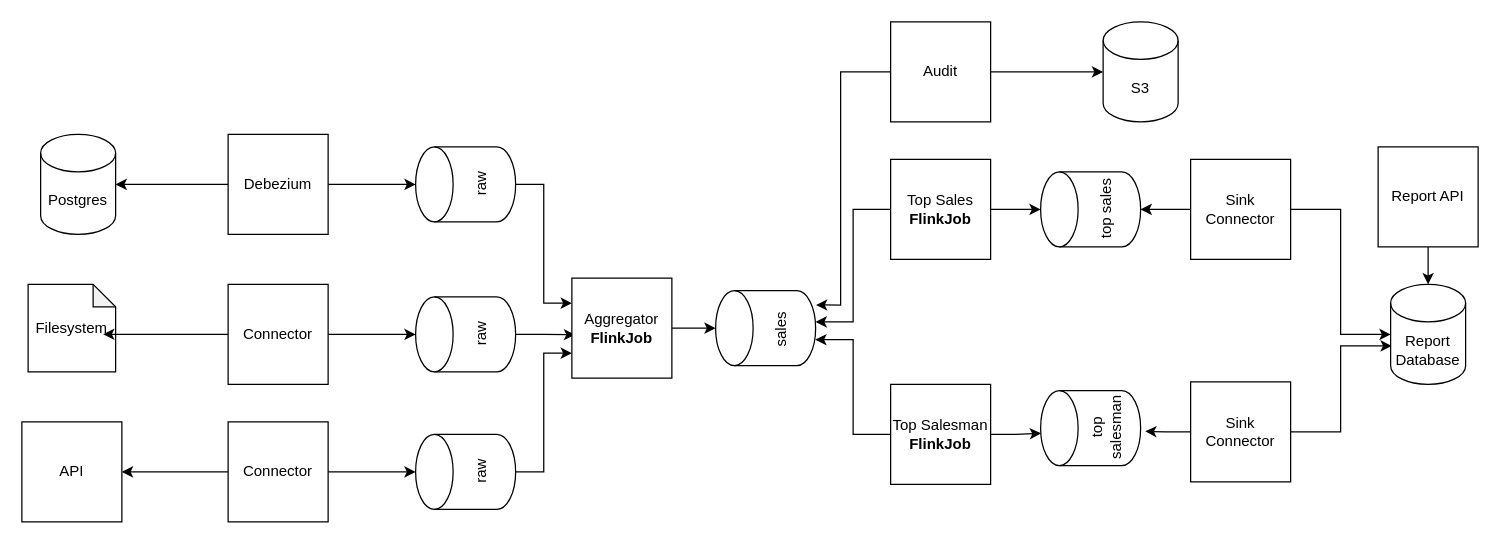
Before: 2026-03-23-data-kata/docs/Kata - Data Architecture.drawio in brunohaetinger/green-team, a draw.io diagram. Source tidied: cells renumbered, new cells numbered last; positions are measured from the earlier drawing's top-left corner, leaving out a move shared by most shapes. Both pictures are drawn from the tidied source at 125%, with x=0, y=0 at pixel (21, 21).
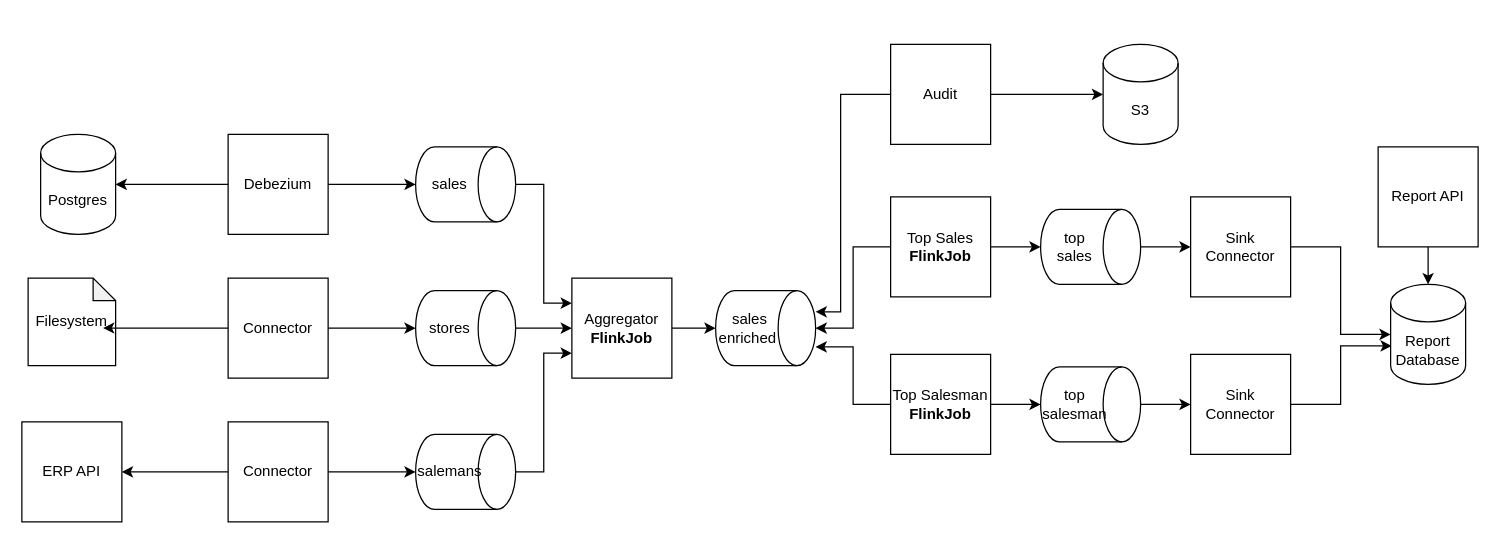
The same page after the edit.

Unchanged cells that the change refers to:
```xml
<mxCell id="5" value="Debezium" style="whiteSpace=wrap;html=1;" parent="1" vertex="1">
  <mxGeometry x="165" y="90" width="80" height="80" as="geometry" />
</mxCell>
<mxCell id="11" value="Connector" style="whiteSpace=wrap;html=1;strokeColor=default;align=center;verticalAlign=middle;fontFamily=Helvetica;fontSize=12;fontColor=default;fillColor=default;" parent="1" vertex="1">
  <mxGeometry x="165" y="320" width="80" height="80" as="geometry" />
</mxCell>
<mxCell id="23" value="Aggregator&lt;br&gt;&lt;b&gt;FlinkJob&lt;/b&gt;" style="whiteSpace=wrap;html=1;" parent="1" vertex="1">
  <mxGeometry x="440" y="205" width="80" height="80" as="geometry" />
</mxCell>
<mxCell id="39" value="Report Database" style="shape=cylinder3;whiteSpace=wrap;html=1;boundedLbl=1;backgroundOutline=1;size=15;" parent="1" vertex="1">
  <mxGeometry x="1095" y="210" width="60" height="80" as="geometry" />
</mxCell>
```

Change to the diagram source:
```diff
@@
     <mxCell id="3" value="Filesystem" style="shape=note;whiteSpace=wrap;html=1;backgroundOutline=1;darkOpacity=0.05;size=18;" parent="1" vertex="1">
-      <mxGeometry x="5" y="210" width="70" height="70" as="geometry" />
+      <mxGeometry x="5" y="205" width="70" height="70" as="geometry" />
     </mxCell>
-    <mxCell id="4" value="API" style="whiteSpace=wrap;html=1;" parent="1" vertex="1">
-      <mxGeometry y="320" width="80" height="80" as="geometry" />
-    </mxCell>
+    <mxCell id="47" value="ERP API" style="whiteSpace=wrap;html=1;" parent="1" vertex="1">
+      <mxGeometry y="320" width="80" height="80" as="geometry" />
+    </mxCell>
@@
-    <mxCell id="7" style="edgeStyle=orthogonalEdgeStyle;rounded=0;jettySize=auto;html=1;" parent="1" edge="1" source="8" target="16">
-      <mxGeometry relative="1" as="geometry" />
-    </mxCell>
     <mxCell id="8" value="Connector" style="whiteSpace=wrap;html=1;strokeColor=default;align=center;verticalAlign=middle;fontFamily=Helvetica;fontSize=12;fontColor=default;fillColor=default;" parent="1" vertex="1">
-      <mxGeometry x="165" y="210" width="80" height="80" as="geometry" />
+      <mxGeometry x="165" y="205" width="80" height="80" as="geometry" />
     </mxCell>
@@
-    <mxCell id="10" style="edgeStyle=orthogonalEdgeStyle;rounded=0;jettySize=auto;html=1;entryX=1;entryY=0.5;entryDx=0;entryDy=0;" parent="1" edge="1" source="11" target="4">
-      <mxGeometry relative="1" as="geometry" />
-    </mxCell>
+    <mxCell id="48" style="edgeStyle=orthogonalEdgeStyle;rounded=0;jettySize=auto;html=1;entryX=1;entryY=0.5;entryDx=0;entryDy=0;" parent="1" edge="1" source="11" target="47">
+      <mxGeometry relative="1" as="geometry" />
+    </mxCell>
@@
-    <mxCell id="12" style="edgeStyle=orthogonalEdgeStyle;rounded=0;jettySize=auto;html=1;entryX=0;entryY=0.25;entryDx=0;entryDy=0;" parent="1" edge="1" source="13" target="23">
-      <mxGeometry relative="1" as="geometry" />
-    </mxCell>
-    <mxCell id="13" value="raw" style="shape=cylinder3;whiteSpace=wrap;html=1;boundedLbl=1;backgroundOutline=1;size=15;rotation=-90;" parent="1" vertex="1">
-      <mxGeometry x="325" y="90" width="60" height="80" as="geometry" />
-    </mxCell>
-    <mxCell id="14" style="edgeStyle=orthogonalEdgeStyle;rounded=0;jettySize=auto;html=1;entryX=0.5;entryY=0;entryDx=0;entryDy=0;entryPerimeter=0;" parent="1" edge="1" source="5" target="13">
-      <mxGeometry relative="1" as="geometry" />
-    </mxCell>
-    <mxCell id="15" style="edgeStyle=orthogonalEdgeStyle;rounded=0;jettySize=auto;html=1;entryX=0.032;entryY=0.567;entryDx=0;entryDy=0;entryPerimeter=0;" parent="1" edge="1" source="16" target="23">
-      <mxGeometry relative="1" as="geometry" />
-    </mxCell>
-    <mxCell id="16" value="raw" style="shape=cylinder3;whiteSpace=wrap;html=1;boundedLbl=1;backgroundOutline=1;size=15;rotation=-90;" parent="1" vertex="1">
-      <mxGeometry x="325" y="210" width="60" height="80" as="geometry" />
-    </mxCell>
-    <mxCell id="17" style="edgeStyle=orthogonalEdgeStyle;rounded=0;jettySize=auto;html=1;entryX=0;entryY=0.75;entryDx=0;entryDy=0;" parent="1" edge="1" source="18" target="23">
-      <mxGeometry relative="1" as="geometry" />
-    </mxCell>
-    <mxCell id="18" value="raw" style="shape=cylinder3;whiteSpace=wrap;html=1;boundedLbl=1;backgroundOutline=1;size=15;rotation=-90;" parent="1" vertex="1">
-      <mxGeometry x="325" y="320" width="60" height="80" as="geometry" />
-    </mxCell>
-    <mxCell id="19" style="edgeStyle=orthogonalEdgeStyle;rounded=0;jettySize=auto;html=1;entryX=0.5;entryY=0;entryDx=0;entryDy=0;entryPerimeter=0;" parent="1" edge="1" source="11" target="18">
-      <mxGeometry relative="1" as="geometry" />
-    </mxCell>
-    <mxCell id="20" style="edgeStyle=orthogonalEdgeStyle;rounded=0;orthogonalLoop=1;jettySize=auto;html=1;" parent="1" edge="1">
-      <mxGeometry relative="1" as="geometry">
-        <mxPoint x="225" y="360" as="sourcePoint" />
-      </mxGeometry>
-    </mxCell>
-    <mxCell id="21" style="edgeStyle=orthogonalEdgeStyle;rounded=0;orthogonalLoop=1;jettySize=auto;html=1;entryX=0.5;entryY=0;entryDx=0;entryDy=0;entryPerimeter=0;" parent="1" edge="1">
-      <mxGeometry relative="1" as="geometry">
-        <mxPoint x="227" y="130" as="sourcePoint" />
-      </mxGeometry>
-    </mxCell>
-    <mxCell id="22" style="edgeStyle=orthogonalEdgeStyle;rounded=0;orthogonalLoop=1;jettySize=auto;html=1;entryX=0.5;entryY=0;entryDx=0;entryDy=0;entryPerimeter=0;" parent="1" edge="1">
-      <mxGeometry relative="1" as="geometry">
-        <mxPoint x="225" y="250" as="sourcePoint" />
-      </mxGeometry>
-    </mxCell>
+    <mxCell id="49" style="edgeStyle=orthogonalEdgeStyle;rounded=0;jettySize=auto;html=1;entryX=0;entryY=0.25;entryDx=0;entryDy=0;" parent="1" edge="1" source="24" target="23">
+      <mxGeometry relative="1" as="geometry" />
+    </mxCell>
+    <mxCell id="24" value="sales" style="shape=cylinder3;whiteSpace=wrap;html=1;boundedLbl=1;backgroundOutline=1;size=15;rotation=90;horizontal=0;direction=east;textDirection=ltr;" parent="1" vertex="1">
+      <mxGeometry x="325" y="90" width="60" height="80" as="geometry" />
+    </mxCell>
+    <mxCell id="50" style="edgeStyle=orthogonalEdgeStyle;rounded=0;jettySize=auto;html=1;" parent="1" edge="1" source="5" target="24">
+      <mxGeometry relative="1" as="geometry" />
+    </mxCell>
+    <mxCell id="51" style="edgeStyle=orthogonalEdgeStyle;rounded=0;jettySize=auto;html=1;entryX=0;entryY=0.5;entryDx=0;entryDy=0;" parent="1" edge="1" source="52" target="23">
+      <mxGeometry relative="1" as="geometry" />
+    </mxCell>
+    <mxCell id="52" value="stores" style="shape=cylinder3;whiteSpace=wrap;html=1;boundedLbl=1;backgroundOutline=1;size=15;rotation=90;horizontal=0;direction=east;textDirection=ltr;" parent="1" vertex="1">
+      <mxGeometry x="325" y="205" width="60" height="80" as="geometry" />
+    </mxCell>
+    <mxCell id="53" style="edgeStyle=orthogonalEdgeStyle;rounded=0;jettySize=auto;html=1;entryX=0;entryY=0.75;entryDx=0;entryDy=0;" parent="1" edge="1" source="54" target="23">
+      <mxGeometry relative="1" as="geometry" />
+    </mxCell>
+    <mxCell id="54" value="salemans" style="shape=cylinder3;whiteSpace=wrap;html=1;boundedLbl=1;backgroundOutline=1;size=15;rotation=90;horizontal=0;direction=east;textDirection=ltr;" parent="1" vertex="1">
+      <mxGeometry x="325" y="320" width="60" height="80" as="geometry" />
+    </mxCell>
+    <mxCell id="55" style="edgeStyle=orthogonalEdgeStyle;rounded=0;orthogonalLoop=1;jettySize=auto;html=1;" parent="1" edge="1">
+      <mxGeometry relative="1" as="geometry">
+        <mxPoint x="225" y="360" as="sourcePoint" />
+      </mxGeometry>
+    </mxCell>
+    <mxCell id="56" style="edgeStyle=orthogonalEdgeStyle;rounded=0;orthogonalLoop=1;jettySize=auto;html=1;entryX=0.5;entryY=0;entryDx=0;entryDy=0;entryPerimeter=0;" parent="1" edge="1">
+      <mxGeometry relative="1" as="geometry">
+        <mxPoint x="227" y="130" as="sourcePoint" />
+      </mxGeometry>
+    </mxCell>
+    <mxCell id="57" style="edgeStyle=orthogonalEdgeStyle;rounded=0;orthogonalLoop=1;jettySize=auto;html=1;entryX=0.5;entryY=0;entryDx=0;entryDy=0;entryPerimeter=0;" parent="1" edge="1">
+      <mxGeometry relative="1" as="geometry">
+        <mxPoint x="225" y="250" as="sourcePoint" />
+      </mxGeometry>
+    </mxCell>
@@
-    <mxCell id="24" value="sales&amp;nbsp;" style="shape=cylinder3;whiteSpace=wrap;html=1;boundedLbl=1;backgroundOutline=1;size=15;rotation=-90;" parent="1" vertex="1">
-      <mxGeometry x="565" y="205" width="60" height="80" as="geometry" />
-    </mxCell>
-    <mxCell id="25" style="edgeStyle=orthogonalEdgeStyle;rounded=0;jettySize=auto;html=1;entryX=0.5;entryY=0;entryDx=0;entryDy=0;entryPerimeter=0;" parent="1" edge="1" source="23" target="24">
-      <mxGeometry relative="1" as="geometry" />
-    </mxCell>
+    <mxCell id="58" value="sales enriched&amp;nbsp;" style="shape=cylinder3;whiteSpace=wrap;html=1;boundedLbl=1;backgroundOutline=1;size=15;rotation=90;horizontal=0;" parent="1" vertex="1">
+      <mxGeometry x="565" y="205" width="60" height="80" as="geometry" />
+    </mxCell>
+    <mxCell id="59" style="edgeStyle=orthogonalEdgeStyle;rounded=0;jettySize=auto;html=1;entryX=0.5;entryY=1;entryDx=0;entryDy=0;entryPerimeter=0;" parent="1" edge="1" source="23" target="58">
+      <mxGeometry relative="1" as="geometry" />
+    </mxCell>
     <mxCell id="26" value="Top Sales&lt;br&gt;&lt;b&gt;FlinkJob&lt;/b&gt;" style="whiteSpace=wrap;html=1;" parent="1" vertex="1">
-      <mxGeometry x="695" y="110" width="80" height="80" as="geometry" />
+      <mxGeometry x="695" y="140" width="80" height="80" as="geometry" />
     </mxCell>
     <mxCell id="27" value="Top Salesman&lt;br&gt;&lt;b&gt;FlinkJob&lt;/b&gt;" style="whiteSpace=wrap;html=1;" parent="1" vertex="1">
-      <mxGeometry x="695" y="290" width="80" height="80" as="geometry" />
+      <mxGeometry x="695" y="266" width="80" height="80" as="geometry" />
     </mxCell>
-    <mxCell id="28" style="edgeStyle=orthogonalEdgeStyle;rounded=0;jettySize=auto;html=1;entryX=0.346;entryY=0.997;entryDx=0;entryDy=0;entryPerimeter=0;" parent="1" edge="1" source="27" target="24">
-      <mxGeometry relative="1" as="geometry" />
-    </mxCell>
-    <mxCell id="29" style="edgeStyle=orthogonalEdgeStyle;rounded=0;jettySize=auto;html=1;entryX=0.583;entryY=1;entryDx=0;entryDy=0;entryPerimeter=0;" parent="1" edge="1" source="26" target="24">
-      <mxGeometry relative="1" as="geometry" />
-    </mxCell>
+    <mxCell id="60" style="edgeStyle=orthogonalEdgeStyle;rounded=0;jettySize=auto;html=1;entryX=0;entryY=0.5;entryDx=0;entryDy=0;" parent="1" edge="1" source="30" target="62">
+      <mxGeometry relative="1" as="geometry" />
+    </mxCell>
-    <mxCell id="30" value="top sales" style="shape=cylinder3;whiteSpace=wrap;html=1;boundedLbl=1;backgroundOutline=1;size=15;rotation=-90;" parent="1" vertex="1">
-      <mxGeometry x="825" y="110" width="60" height="80" as="geometry" />
+    <mxCell id="30" value="top sales" style="shape=cylinder3;whiteSpace=wrap;html=1;boundedLbl=1;backgroundOutline=1;size=15;rotation=90;horizontal=0;" parent="1" vertex="1">
+      <mxGeometry x="825" y="140" width="60" height="80" as="geometry" />
     </mxCell>
+    <mxCell id="61" style="edgeStyle=orthogonalEdgeStyle;rounded=0;jettySize=auto;html=1;entryX=0;entryY=0.5;entryDx=0;entryDy=0;" parent="1" edge="1" source="31" target="64">
+      <mxGeometry relative="1" as="geometry" />
+    </mxCell>
-    <mxCell id="31" value="top salesman" style="shape=cylinder3;whiteSpace=wrap;html=1;boundedLbl=1;backgroundOutline=1;size=15;rotation=-90;" parent="1" vertex="1">
-      <mxGeometry x="825" y="285" width="60" height="80" as="geometry" />
+    <mxCell id="31" value="top salesman" style="shape=cylinder3;whiteSpace=wrap;html=1;boundedLbl=1;backgroundOutline=1;size=15;rotation=90;horizontal=0;" parent="1" vertex="1">
+      <mxGeometry x="825" y="266" width="60" height="80" as="geometry" />
     </mxCell>
-    <mxCell id="32" style="edgeStyle=orthogonalEdgeStyle;rounded=0;jettySize=auto;html=1;entryX=0.5;entryY=0;entryDx=0;entryDy=0;entryPerimeter=0;" parent="1" edge="1" source="26" target="30">
-      <mxGeometry relative="1" as="geometry" />
-    </mxCell>
-    <mxCell id="33" style="edgeStyle=orthogonalEdgeStyle;rounded=0;jettySize=auto;html=1;entryX=0.43;entryY=0.004;entryDx=0;entryDy=0;entryPerimeter=0;" parent="1" edge="1" source="27" target="31">
-      <mxGeometry relative="1" as="geometry" />
-    </mxCell>
-    <mxCell id="34" value="Sink Connector" style="whiteSpace=wrap;html=1;strokeColor=default;align=center;verticalAlign=middle;fontFamily=Helvetica;fontSize=12;fontColor=default;fillColor=default;" parent="1" vertex="1">
-      <mxGeometry x="935" y="110" width="80" height="80" as="geometry" />
-    </mxCell>
-    <mxCell id="35" style="edgeStyle=orthogonalEdgeStyle;rounded=0;jettySize=auto;html=1;entryX=0.5;entryY=1;entryDx=0;entryDy=0;entryPerimeter=0;" parent="1" edge="1" source="34" target="30">
-      <mxGeometry relative="1" as="geometry" />
-    </mxCell>
-    <mxCell id="36" style="edgeStyle=orthogonalEdgeStyle;rounded=0;jettySize=auto;html=1;entryX=0.015;entryY=0.615;entryDx=0;entryDy=0;entryPerimeter=0;" parent="1" edge="1" source="37" target="39">
-      <mxGeometry relative="1" as="geometry" />
-    </mxCell>
-    <mxCell id="37" value="Sink Connector" style="whiteSpace=wrap;html=1;strokeColor=default;align=center;verticalAlign=middle;fontFamily=Helvetica;fontSize=12;fontColor=default;fillColor=default;" parent="1" vertex="1">
-      <mxGeometry x="935" y="288" width="80" height="80" as="geometry" />
-    </mxCell>
-    <mxCell id="38" style="edgeStyle=orthogonalEdgeStyle;rounded=0;jettySize=auto;html=1;entryX=0.457;entryY=1.046;entryDx=0;entryDy=0;entryPerimeter=0;" parent="1" edge="1" source="37" target="31">
-      <mxGeometry relative="1" as="geometry" />
-    </mxCell>
+    <mxCell id="62" value="Sink Connector" style="whiteSpace=wrap;html=1;strokeColor=default;align=center;verticalAlign=middle;fontFamily=Helvetica;fontSize=12;fontColor=default;fillColor=default;" parent="1" vertex="1">
+      <mxGeometry x="935" y="140" width="80" height="80" as="geometry" />
+    </mxCell>
+    <mxCell id="63" style="edgeStyle=orthogonalEdgeStyle;rounded=0;jettySize=auto;html=1;entryX=0.015;entryY=0.615;entryDx=0;entryDy=0;entryPerimeter=0;" parent="1" edge="1" source="64" target="39">
+      <mxGeometry relative="1" as="geometry" />
+    </mxCell>
+    <mxCell id="64" value="Sink Connector" style="whiteSpace=wrap;html=1;strokeColor=default;align=center;verticalAlign=middle;fontFamily=Helvetica;fontSize=12;fontColor=default;fillColor=default;" parent="1" vertex="1">
+      <mxGeometry x="935" y="266" width="80" height="80" as="geometry" />
+    </mxCell>
@@
-    <mxCell id="40" style="edgeStyle=orthogonalEdgeStyle;rounded=0;jettySize=auto;html=1;entryX=0;entryY=0.5;entryDx=0;entryDy=0;entryPerimeter=0;" parent="1" edge="1" source="34" target="39">
-      <mxGeometry relative="1" as="geometry" />
-    </mxCell>
+    <mxCell id="65" style="edgeStyle=orthogonalEdgeStyle;rounded=0;jettySize=auto;html=1;entryX=0;entryY=0.5;entryDx=0;entryDy=0;entryPerimeter=0;" parent="1" edge="1" source="62" target="39">
+      <mxGeometry relative="1" as="geometry" />
+    </mxCell>
@@
     <mxCell id="43" value="Audit" style="whiteSpace=wrap;html=1;" parent="1" vertex="1">
-      <mxGeometry x="695" width="80" height="80" as="geometry" />
+      <mxGeometry x="695" y="18" width="80" height="80" as="geometry" />
     </mxCell>
     <mxCell id="44" value="S3" style="shape=cylinder3;whiteSpace=wrap;html=1;boundedLbl=1;backgroundOutline=1;size=15;" parent="1" vertex="1">
-      <mxGeometry x="865" width="60" height="80" as="geometry" />
+      <mxGeometry x="865" y="18" width="60" height="80" as="geometry" />
     </mxCell>
@@
-    <mxCell id="46" style="edgeStyle=orthogonalEdgeStyle;rounded=0;jettySize=auto;html=1;entryX=0.809;entryY=1.004;entryDx=0;entryDy=0;entryPerimeter=0;" parent="1" edge="1" source="43" target="24">
-      <mxGeometry relative="1" as="geometry">
-        <Array as="points">
-          <mxPoint x="655" y="40" />
-          <mxPoint x="655" y="226" />
-        </Array>
-      </mxGeometry>
-    </mxCell>
+    <mxCell id="66" style="edgeStyle=orthogonalEdgeStyle;rounded=0;jettySize=auto;html=1;entryX=0.5;entryY=1;entryDx=0;entryDy=0;entryPerimeter=0;" parent="1" edge="1" source="8" target="52">
+      <mxGeometry relative="1" as="geometry" />
+    </mxCell>
+    <mxCell id="67" style="edgeStyle=orthogonalEdgeStyle;rounded=0;jettySize=auto;html=1;entryX=0.5;entryY=1;entryDx=0;entryDy=0;entryPerimeter=0;" parent="1" edge="1" source="11" target="54">
+      <mxGeometry relative="1" as="geometry" />
+    </mxCell>
+    <mxCell id="68" style="edgeStyle=orthogonalEdgeStyle;rounded=0;jettySize=auto;html=1;entryX=0.283;entryY=0;entryDx=0;entryDy=0;entryPerimeter=0;exitX=0;exitY=0.5;exitDx=0;exitDy=0;" parent="1" edge="1" source="43" target="58">
+      <mxGeometry relative="1" as="geometry">
+        <Array as="points">
+          <mxPoint x="655" y="58" />
+          <mxPoint x="655" y="232" />
+        </Array>
+      </mxGeometry>
+    </mxCell>
+    <mxCell id="69" style="edgeStyle=orthogonalEdgeStyle;rounded=0;jettySize=auto;html=1;entryX=0.5;entryY=0;entryDx=0;entryDy=0;entryPerimeter=0;" parent="1" edge="1" source="26" target="58">
+      <mxGeometry relative="1" as="geometry" />
+    </mxCell>
+    <mxCell id="70" style="edgeStyle=orthogonalEdgeStyle;rounded=0;jettySize=auto;html=1;entryX=0.75;entryY=0;entryDx=0;entryDy=0;entryPerimeter=0;" parent="1" edge="1" source="27" target="58">
+      <mxGeometry relative="1" as="geometry" />
+    </mxCell>
+    <mxCell id="32" style="edgeStyle=orthogonalEdgeStyle;rounded=0;jettySize=auto;html=1;entryX=0.5;entryY=1;entryDx=0;entryDy=0;entryPerimeter=0;" parent="1" edge="1" source="26" target="30">
+      <mxGeometry relative="1" as="geometry" />
+    </mxCell>
+    <mxCell id="33" style="edgeStyle=orthogonalEdgeStyle;rounded=0;jettySize=auto;html=1;entryX=0.5;entryY=1;entryDx=0;entryDy=0;entryPerimeter=0;" parent="1" edge="1" source="27" target="31">
+      <mxGeometry relative="1" as="geometry" />
+    </mxCell>
```
